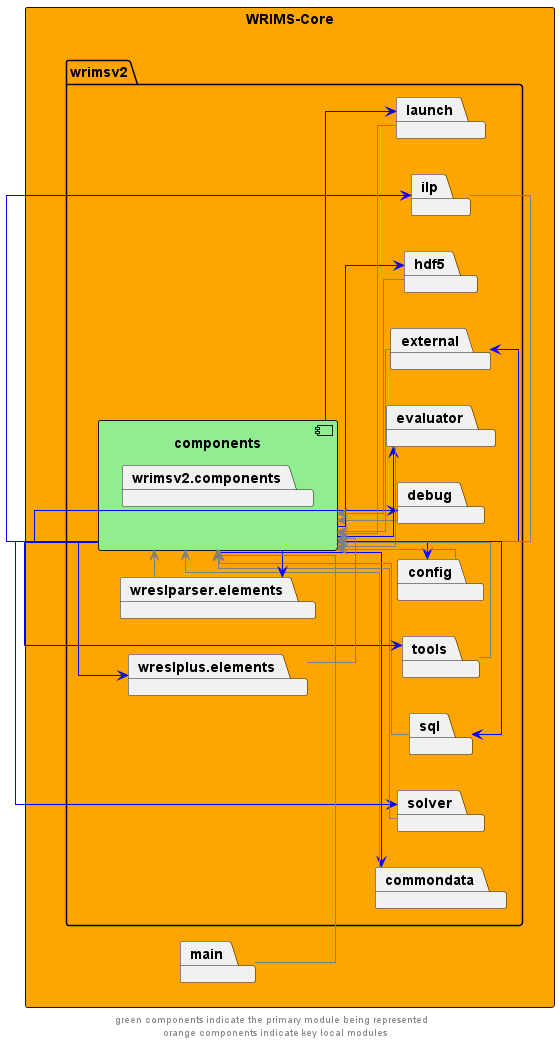
Earlier version of the PlantUML export docs/diagrams/wrims-core/wrims-core_components.png (CentralValleyModeling/wrims).
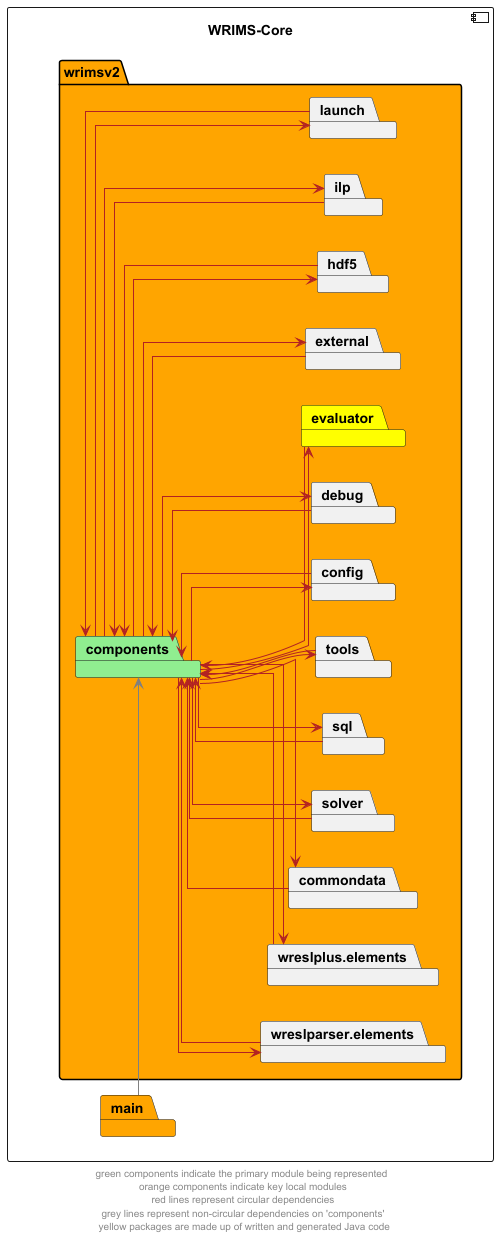
Later version of the same file.

Diff of the diagram source:
```diff
@@ -1,11 +1,9 @@
 @startuml
 left to right direction
 skinparam linetype ortho
-rectangle wrims_core as "WRIMS-Core" #orange {
-    package wrimsv2 {
-        component components #lightgreen {
-            package wrimsv2.components
-        }
+component wrims_core as "WRIMS-Core" {
+    package wrimsv2  #orange{
+        package components #lightgreen
         package commondata
         package wreslparser.elements
         package wreslplus.elements
@@ -14,53 +12,53 @@
         package tools
         package config
         package debug
-        package evaluator
+        package evaluator #yellow
         package external
         package hdf5
         package ilp
         package launch
     }
-package main
+package main #orange
 }
 
-components --> commondata #blue
-commondata --> components #grey
+components --> commondata #firebrick
+commondata --> components #firebrick
 
-components --> config #blue
-config --> components #grey
+components --> config #firebrick
+config --> components #firebrick
 
-components --> debug #blue
-debug --> components #grey
+components --> debug #firebrick
+debug --> components #firebrick
 
-components --> evaluator #blue
-evaluator --> components #grey
+components --> evaluator #firebrick
+evaluator --> components #firebrick
 
-components --> external #blue
-external --> components #grey
+components --> external #firebrick
+external --> components #firebrick
 
-components --> hdf5 #blue
-hdf5 --> components #grey
+components --> hdf5 #firebrick
+hdf5 --> components #firebrick
 
-components --> ilp #blue
-ilp --> components #grey
+components --> ilp #firebrick
+ilp --> components #firebrick
 
-components --> launch #blue
-launch --> components #grey
+components --> launch #firebrick
+launch --> components #firebrick
 
-components --> solver #blue
-solver --> components #grey
+components --> solver #firebrick
+solver --> components #firebrick
 
-components --> sql #blue
-sql --> components #grey
+components --> sql #firebrick
+sql --> components #firebrick
 
-components --> tools #blue
-tools --> components #grey
+components --> tools #firebrick
+tools --> components #firebrick
 
-components --> wreslparser.elements #blue
-wreslparser.elements --> components #grey
+components --> wreslparser.elements #firebrick
+wreslparser.elements --> components #firebrick
 
-components --> wreslplus.elements #blue
-wreslplus.elements --> components #grey
+components --> wreslplus.elements #firebrick
+wreslplus.elements --> components #firebrick
 
 
 main -right-> components #grey
@@ -69,5 +67,5 @@
 main -up[hidden]-> wrims_core
 wreslparser.elements -left[hidden]-> components
 wreslplus.elements -left[hidden]-> components
-footer "green components indicate the primary module being represented \n orange components indicate key local modules"
+footer "green components indicate the primary module being represented \n orange components indicate key local modules \n red lines represent circular dependencies \n grey lines represent non-circular dependencies on 'components' \n yellow packages are made up of written and generated Java code"
 @enduml
```
